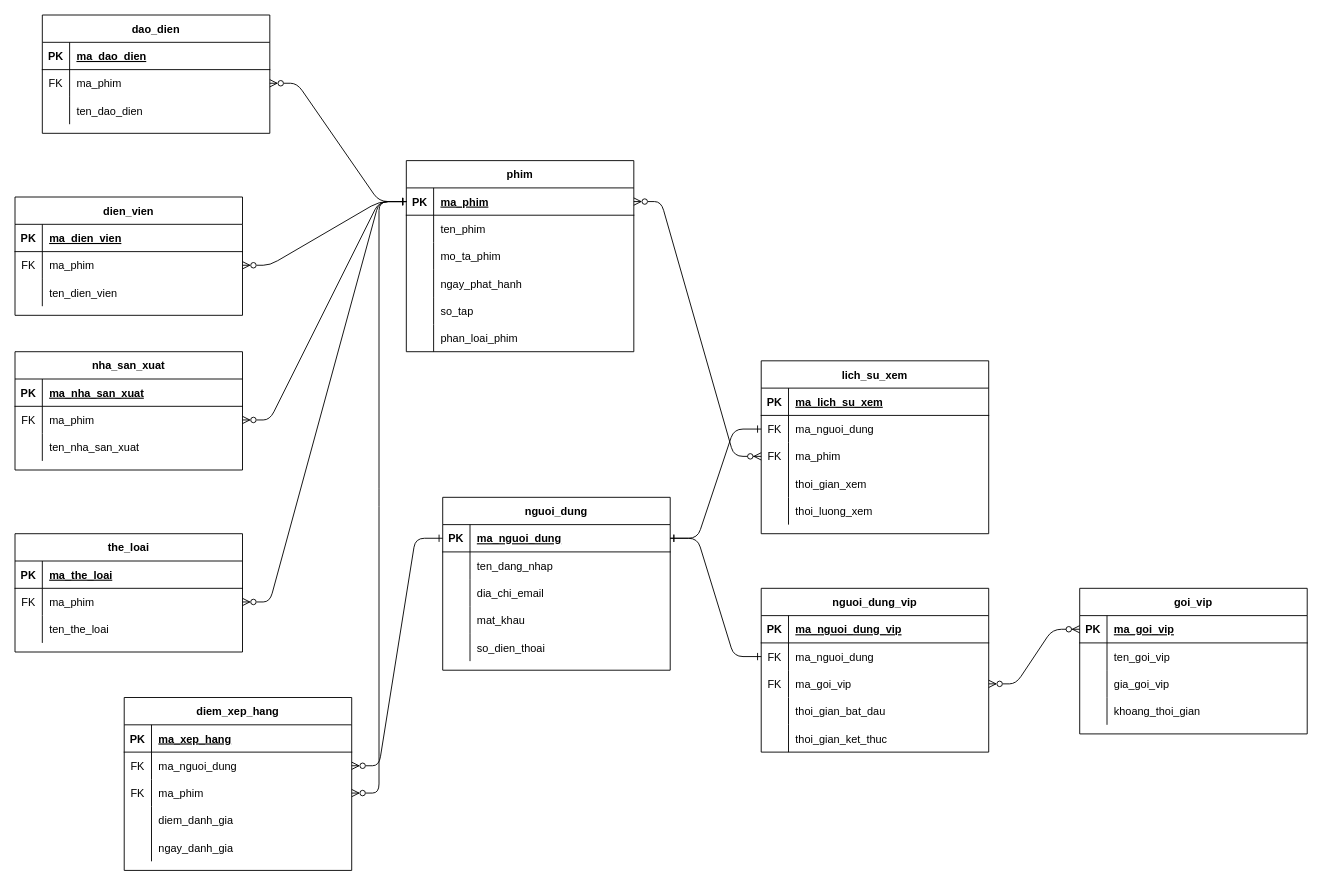
Above: erd/erdphimmoiflix.drawio in ngochai68/Phimmoiflix (draw.io), before the change. Source tidied: cells renumbered, new cells numbered last; positions are measured from the earlier drawing's top-left corner, leaving out a move shared by most shapes. Both pictures are drawn from the tidied source at 91%, with x=0, y=0 at pixel (15, 15).
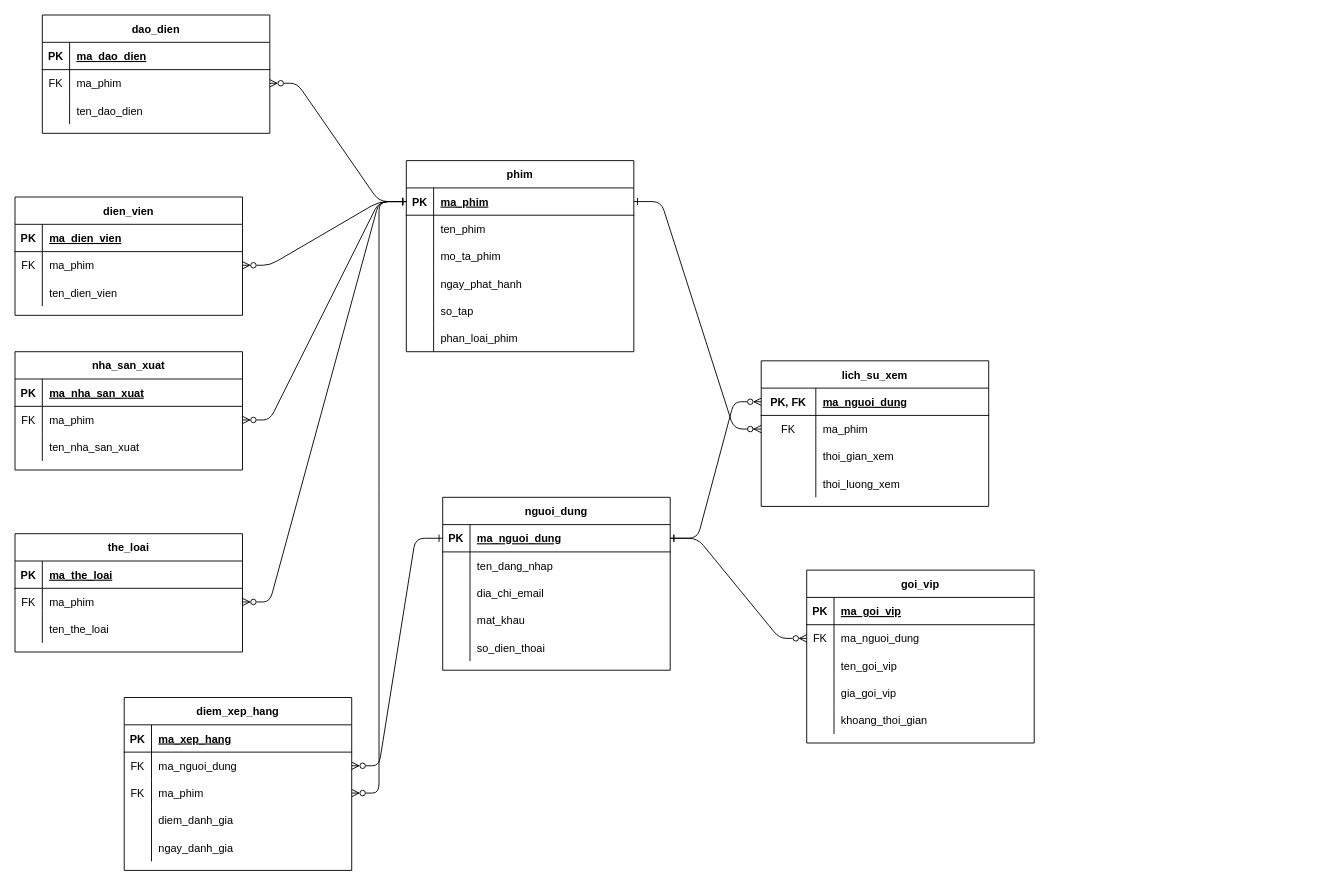
The same page after the edit.

The change refers to these unchanged cells:
```xml
<mxCell id="3" style="shape=partialRectangle;fillColor=none;points=[[0,0.5],[1,0.5]];portConstraint=eastwest;top=0;left=0;right=0;bottom=1;" parent="2" vertex="1">
  <mxGeometry y="30" width="250" height="30" as="geometry" />
</mxCell>
<mxCell id="20" style="shape=partialRectangle;fillColor=none;points=[[0,0.5],[1,0.5]];portConstraint=eastwest;top=0;left=0;right=0;bottom=1;" parent="19" vertex="1">
  <mxGeometry y="30" width="250" height="30" as="geometry" />
</mxCell>
<mxCell id="100" style="shape=partialRectangle;fillColor=none;points=[[0,0.5],[1,0.5]];portConstraint=eastwest;top=0;left=0;right=0;bottom=1;" parent="99" vertex="1">
  <mxGeometry y="30" width="250" height="30" as="geometry" />
</mxCell>
<mxCell id="135" style="shape=partialRectangle;fillColor=none;points=[[0,0.5],[1,0.5]];portConstraint=eastwest;top=0;left=0;right=0;bottom=1;" parent="134" vertex="1">
  <mxGeometry y="30" width="250" height="30" as="geometry" />
</mxCell>
<mxCell id="138" style="shape=partialRectangle;fillColor=none;points=[[0,0.5],[1,0.5]];portConstraint=eastwest;top=0;left=0;right=0;bottom=0;" parent="134" vertex="1">
  <mxGeometry y="60" width="250" height="30" as="geometry" />
</mxCell>
<mxCell id="141" style="shape=partialRectangle;fillColor=none;top=0;left=0;right=0;bottom=0;" parent="134" vertex="1">
  <mxGeometry y="90" width="250" height="30" as="geometry" />
</mxCell>
<mxCell id="144" style="shape=partialRectangle;fillColor=none;top=0;left=0;right=0;bottom=0;" parent="134" vertex="1">
  <mxGeometry y="120" width="250" height="30" as="geometry" />
</mxCell>
```

Diff of the diagram source:
```diff
@@
     <mxCell id="99" value="lich_su_xem" style="shape=table;startSize=30;childLayout=tableLayout;rowLines=0;fontStyle=1;align=center;" parent="1" vertex="1">
-      <mxGeometry x="820" y="380" width="250" height="190" as="geometry" />
+      <mxGeometry x="820" y="380" width="250" height="160" as="geometry" />
     </mxCell>
@@
-    <mxCell id="101" value="PK" style="shape=partialRectangle;overflow=hidden;fillColor=none;top=0;left=0;bottom=0;right=0;fontStyle=1;" parent="100" vertex="1">
-      <mxGeometry width="30" height="30" as="geometry" />
+    <mxCell id="101" value="PK, FK" style="shape=partialRectangle;overflow=hidden;fillColor=none;top=0;left=0;bottom=0;right=0;fontStyle=1;" parent="100" vertex="1">
+      <mxGeometry width="60" height="30" as="geometry" />
     </mxCell>
-    <mxCell id="102" value="ma_lich_su_xem" style="shape=partialRectangle;overflow=hidden;fillColor=none;top=0;left=0;bottom=0;right=0;align=left;spacingLeft=6;fontStyle=5;" parent="100" vertex="1">
-      <mxGeometry x="30" width="220" height="30" as="geometry" />
+    <mxCell id="102" value="ma_nguoi_dung" style="shape=partialRectangle;overflow=hidden;fillColor=none;top=0;left=0;bottom=0;right=0;align=left;spacingLeft=6;fontStyle=5;" parent="100" vertex="1">
+      <mxGeometry x="60" width="190" height="30" as="geometry" />
     </mxCell>
-    <mxCell id="103" style="shape=partialRectangle;fillColor=none;points=[[0,0.5],[1,0.5]];portConstraint=eastwest;top=0;left=0;right=0;bottom=0;" parent="99" vertex="1">
-      <mxGeometry y="60" width="250" height="30" as="geometry" />
-    </mxCell>
-    <mxCell id="104" value="FK" style="shape=partialRectangle;overflow=hidden;fillColor=none;top=0;left=0;bottom=0;right=0;" parent="103" vertex="1">
-      <mxGeometry width="30" height="30" as="geometry" />
-    </mxCell>
-    <mxCell id="105" value="ma_nguoi_dung" style="shape=partialRectangle;overflow=hidden;fillColor=none;top=0;left=0;bottom=0;right=0;align=left;spacingLeft=6;" parent="103" vertex="1">
-      <mxGeometry x="30" width="220" height="30" as="geometry" />
-    </mxCell>
     <mxCell id="106" style="shape=partialRectangle;fillColor=none;points=[[0,0.5],[1,0.5]];portConstraint=eastwest;top=0;left=0;right=0;bottom=0;" parent="99" vertex="1">
-      <mxGeometry y="90" width="250" height="30" as="geometry" />
+      <mxGeometry y="60" width="250" height="30" as="geometry" />
     </mxCell>
     <mxCell id="107" value="FK" style="shape=partialRectangle;overflow=hidden;fillColor=none;top=0;left=0;bottom=0;right=0;" parent="106" vertex="1">
-      <mxGeometry width="30" height="30" as="geometry" />
+      <mxGeometry width="60" height="30" as="geometry" />
     </mxCell>
     <mxCell id="108" value="ma_phim" style="shape=partialRectangle;overflow=hidden;fillColor=none;top=0;left=0;bottom=0;right=0;align=left;spacingLeft=6;" parent="106" vertex="1">
-      <mxGeometry x="30" width="220" height="30" as="geometry" />
+      <mxGeometry x="60" width="190" height="30" as="geometry" />
     </mxCell>
     <mxCell id="109" style="shape=partialRectangle;fillColor=none;top=0;left=0;right=0;bottom=0;" parent="99" vertex="1">
-      <mxGeometry y="120" width="250" height="30" as="geometry" />
+      <mxGeometry y="90" width="250" height="30" as="geometry" />
     </mxCell>
     <mxCell id="110" style="shape=partialRectangle;overflow=hidden;fillColor=none;top=0;left=0;bottom=0;right=0;" parent="109" vertex="1">
-      <mxGeometry width="30" height="30" as="geometry" />
+      <mxGeometry width="60" height="30" as="geometry" />
     </mxCell>
     <mxCell id="111" value="thoi_gian_xem" style="shape=partialRectangle;overflow=hidden;fillColor=none;top=0;left=0;bottom=0;right=0;align=left;spacingLeft=6;" parent="109" vertex="1">
-      <mxGeometry x="30" width="220" height="30" as="geometry" />
+      <mxGeometry x="60" width="190" height="30" as="geometry" />
     </mxCell>
     <mxCell id="112" style="shape=partialRectangle;fillColor=none;top=0;left=0;right=0;bottom=0;" parent="99" vertex="1">
-      <mxGeometry y="150" width="250" height="30" as="geometry" />
+      <mxGeometry y="120" width="250" height="30" as="geometry" />
     </mxCell>
     <mxCell id="113" style="shape=partialRectangle;overflow=hidden;fillColor=none;top=0;left=0;bottom=0;right=0;" parent="112" vertex="1">
-      <mxGeometry width="30" height="30" as="geometry" />
+      <mxGeometry width="60" height="30" as="geometry" />
     </mxCell>
     <mxCell id="114" value="thoi_luong_xem" style="shape=partialRectangle;overflow=hidden;fillColor=none;top=0;left=0;bottom=0;right=0;align=left;spacingLeft=6;" parent="112" vertex="1">
-      <mxGeometry x="30" width="220" height="30" as="geometry" />
+      <mxGeometry x="60" width="190" height="30" as="geometry" />
     </mxCell>
-    <mxCell id="115" style="edgeStyle=entityRelationEdgeStyle;endArrow=ERone;startArrow=ERone;endFill=0;startFill=0;" parent="1" edge="1" source="3" target="103">
+    <mxCell id="115" style="edgeStyle=entityRelationEdgeStyle;endArrow=ERzeroToMany;startArrow=ERone;endFill=0;startFill=0;" parent="1" edge="1" source="3" target="100">
       <mxGeometry relative="1" as="geometry" />
     </mxCell>
-    <mxCell id="116" style="edgeStyle=entityRelationEdgeStyle;endArrow=ERzeroToMany;startArrow=ERzeroToMany;endFill=1;startFill=0;exitX=1;exitY=0.5;exitDx=0;exitDy=0;" parent="1" edge="1" source="20" target="106">
+    <mxCell id="116" style="edgeStyle=entityRelationEdgeStyle;endArrow=ERzeroToMany;startArrow=ERone;endFill=1;startFill=0;exitX=1;exitY=0.5;exitDx=0;exitDy=0;" parent="1" edge="1" source="20" target="106">
       <mxGeometry relative="1" as="geometry" />
     </mxCell>
-    <mxCell id="117" value="nguoi_dung_vip" style="shape=table;startSize=30;childLayout=tableLayout;rowLines=0;fontStyle=1;align=center;" parent="1" vertex="1">
-      <mxGeometry x="820" y="630" width="250" height="180" as="geometry" />
-    </mxCell>
-    <mxCell id="118" style="shape=partialRectangle;fillColor=none;top=0;left=0;right=0;bottom=1;" parent="117" vertex="1">
-      <mxGeometry y="30" width="250" height="30" as="geometry" />
-    </mxCell>
-    <mxCell id="119" value="PK" style="shape=partialRectangle;overflow=hidden;fillColor=none;top=0;left=0;bottom=0;right=0;fontStyle=1;" parent="118" vertex="1">
-      <mxGeometry width="30" height="30" as="geometry" />
-    </mxCell>
-    <mxCell id="120" value="ma_nguoi_dung_vip" style="shape=partialRectangle;overflow=hidden;fillColor=none;top=0;left=0;bottom=0;right=0;align=left;spacingLeft=6;fontStyle=5;" parent="118" vertex="1">
-      <mxGeometry x="30" width="220" height="30" as="geometry" />
-    </mxCell>
-    <mxCell id="121" style="shape=partialRectangle;fillColor=none;points=[[0,0.5],[1,0.5]];portConstraint=eastwest;top=0;left=0;right=0;bottom=0;" parent="117" vertex="1">
-      <mxGeometry y="60" width="250" height="30" as="geometry" />
-    </mxCell>
-    <mxCell id="122" value="FK" style="shape=partialRectangle;overflow=hidden;fillColor=none;top=0;left=0;bottom=0;right=0;" parent="121" vertex="1">
-      <mxGeometry width="30" height="30" as="geometry" />
-    </mxCell>
-    <mxCell id="123" value="ma_nguoi_dung" style="shape=partialRectangle;overflow=hidden;fillColor=none;top=0;left=0;bottom=0;right=0;align=left;spacingLeft=6;" parent="121" vertex="1">
-      <mxGeometry x="30" width="220" height="30" as="geometry" />
-    </mxCell>
-    <mxCell id="124" style="shape=partialRectangle;fillColor=none;points=[[0,0.5],[1,0.5]];portConstraint=eastwest;top=0;left=0;right=0;bottom=0;" parent="117" vertex="1">
-      <mxGeometry y="90" width="250" height="30" as="geometry" />
-    </mxCell>
-    <mxCell id="125" value="FK" style="shape=partialRectangle;overflow=hidden;fillColor=none;top=0;left=0;bottom=0;right=0;" parent="124" vertex="1">
-      <mxGeometry width="30" height="30" as="geometry" />
-    </mxCell>
-    <mxCell id="126" value="ma_goi_vip" style="shape=partialRectangle;overflow=hidden;fillColor=none;top=0;left=0;bottom=0;right=0;align=left;spacingLeft=6;" parent="124" vertex="1">
-      <mxGeometry x="30" width="220" height="30" as="geometry" />
-    </mxCell>
-    <mxCell id="127" style="shape=partialRectangle;fillColor=none;top=0;left=0;right=0;bottom=0;" parent="117" vertex="1">
-      <mxGeometry y="120" width="250" height="30" as="geometry" />
-    </mxCell>
-    <mxCell id="128" style="shape=partialRectangle;overflow=hidden;fillColor=none;top=0;left=0;bottom=0;right=0;" parent="127" vertex="1">
-      <mxGeometry width="30" height="30" as="geometry" />
-    </mxCell>
-    <mxCell id="129" value="thoi_gian_bat_dau" style="shape=partialRectangle;overflow=hidden;fillColor=none;top=0;left=0;bottom=0;right=0;align=left;spacingLeft=6;" parent="127" vertex="1">
-      <mxGeometry x="30" width="220" height="30" as="geometry" />
-    </mxCell>
-    <mxCell id="130" style="shape=partialRectangle;fillColor=none;top=0;left=0;right=0;bottom=0;" parent="117" vertex="1">
-      <mxGeometry y="150" width="250" height="30" as="geometry" />
-    </mxCell>
-    <mxCell id="131" style="shape=partialRectangle;overflow=hidden;fillColor=none;top=0;left=0;bottom=0;right=0;" parent="130" vertex="1">
-      <mxGeometry width="30" height="30" as="geometry" />
-    </mxCell>
-    <mxCell id="132" value="thoi_gian_ket_thuc" style="shape=partialRectangle;overflow=hidden;fillColor=none;top=0;left=0;bottom=0;right=0;align=left;spacingLeft=6;" parent="130" vertex="1">
-      <mxGeometry x="30" width="220" height="30" as="geometry" />
-    </mxCell>
-    <mxCell id="133" style="edgeStyle=entityRelationEdgeStyle;endArrow=ERone;startArrow=ERone;endFill=0;startFill=0;entryX=0;entryY=0.5;entryDx=0;entryDy=0;" parent="1" edge="1" source="3" target="121">
+    <mxCell id="133" style="edgeStyle=entityRelationEdgeStyle;endArrow=ERzeroToMany;startArrow=ERone;endFill=0;startFill=0;" parent="1" edge="1" source="3" target="138">
       <mxGeometry relative="1" as="geometry" />
     </mxCell>
     <mxCell id="134" value="goi_vip" style="shape=table;startSize=30;childLayout=tableLayout;rowLines=0;fontStyle=1;align=center;" parent="1" vertex="1">
-      <mxGeometry x="1170" y="630" width="250" height="160" as="geometry" />
+      <mxGeometry x="870" y="610" width="250" height="190" as="geometry" />
     </mxCell>
@@
-    <mxCell id="139" style="shape=partialRectangle;overflow=hidden;fillColor=none;top=0;left=0;bottom=0;right=0;" parent="138" vertex="1">
+    <mxCell id="139" value="FK" style="shape=partialRectangle;overflow=hidden;fillColor=none;top=0;left=0;bottom=0;right=0;" parent="138" vertex="1">
       <mxGeometry width="30" height="30" as="geometry" />
     </mxCell>
-    <mxCell id="140" value="ten_goi_vip" style="shape=partialRectangle;overflow=hidden;fillColor=none;top=0;left=0;bottom=0;right=0;align=left;spacingLeft=6;" parent="138" vertex="1">
+    <mxCell id="140" value="ma_nguoi_dung" style="shape=partialRectangle;overflow=hidden;fillColor=none;top=0;left=0;bottom=0;right=0;align=left;spacingLeft=6;" parent="138" vertex="1">
       <mxGeometry x="30" width="220" height="30" as="geometry" />
     </mxCell>
@@
-    <mxCell id="143" value="gia_goi_vip" style="shape=partialRectangle;overflow=hidden;fillColor=none;top=0;left=0;bottom=0;right=0;align=left;spacingLeft=6;" parent="141" vertex="1">
+    <mxCell id="143" value="ten_goi_vip" style="shape=partialRectangle;overflow=hidden;fillColor=none;top=0;left=0;bottom=0;right=0;align=left;spacingLeft=6;" parent="141" vertex="1">
       <mxGeometry x="30" width="220" height="30" as="geometry" />
     </mxCell>
@@
-    <mxCell id="146" value="khoang_thoi_gian" style="shape=partialRectangle;overflow=hidden;fillColor=none;top=0;left=0;bottom=0;right=0;align=left;spacingLeft=6;" parent="144" vertex="1">
+    <mxCell id="146" value="gia_goi_vip" style="shape=partialRectangle;overflow=hidden;fillColor=none;top=0;left=0;bottom=0;right=0;align=left;spacingLeft=6;" parent="144" vertex="1">
       <mxGeometry x="30" width="220" height="30" as="geometry" />
     </mxCell>
-    <mxCell id="147" style="edgeStyle=entityRelationEdgeStyle;endArrow=ERzeroToMany;startArrow=ERzeroToMany;endFill=1;startFill=0;entryX=0;entryY=0.5;entryDx=0;entryDy=0;exitX=1;exitY=0.5;exitDx=0;exitDy=0;" parent="1" edge="1" source="124" target="135">
-      <mxGeometry relative="1" as="geometry" />
-    </mxCell>
+    <mxCell id="130" style="shape=partialRectangle;fillColor=none;top=0;left=0;right=0;bottom=0;" parent="134" vertex="1">
+      <mxGeometry y="150" width="250" height="30" as="geometry" />
+    </mxCell>
+    <mxCell id="148" style="shape=partialRectangle;overflow=hidden;fillColor=none;top=0;left=0;bottom=0;right=0;" parent="130" vertex="1">
+      <mxGeometry width="30" height="30" as="geometry" />
+    </mxCell>
+    <mxCell id="149" value="khoang_thoi_gian" style="shape=partialRectangle;overflow=hidden;fillColor=none;top=0;left=0;bottom=0;right=0;align=left;spacingLeft=6;" parent="130" vertex="1">
+      <mxGeometry x="30" width="220" height="30" as="geometry" />
+    </mxCell>
```
